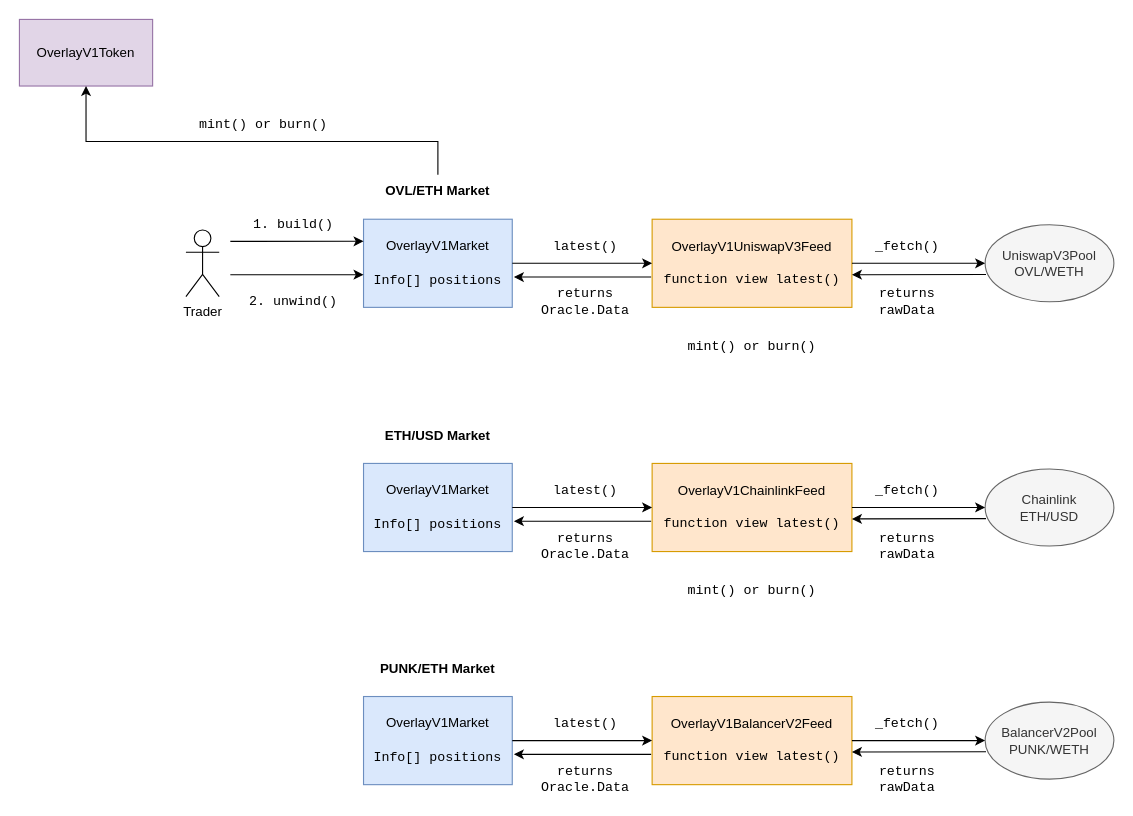
Above: docs/assets/diagram.drawio in overlay-market/v1-core (draw.io), before the change. Source tidied: cells renumbered, new cells numbered last; positions are measured from the earlier drawing's top-left corner, leaving out a move shared by most shapes. Both pictures are drawn from the tidied source at 111%, with x=0, y=0 at pixel (19, 19).
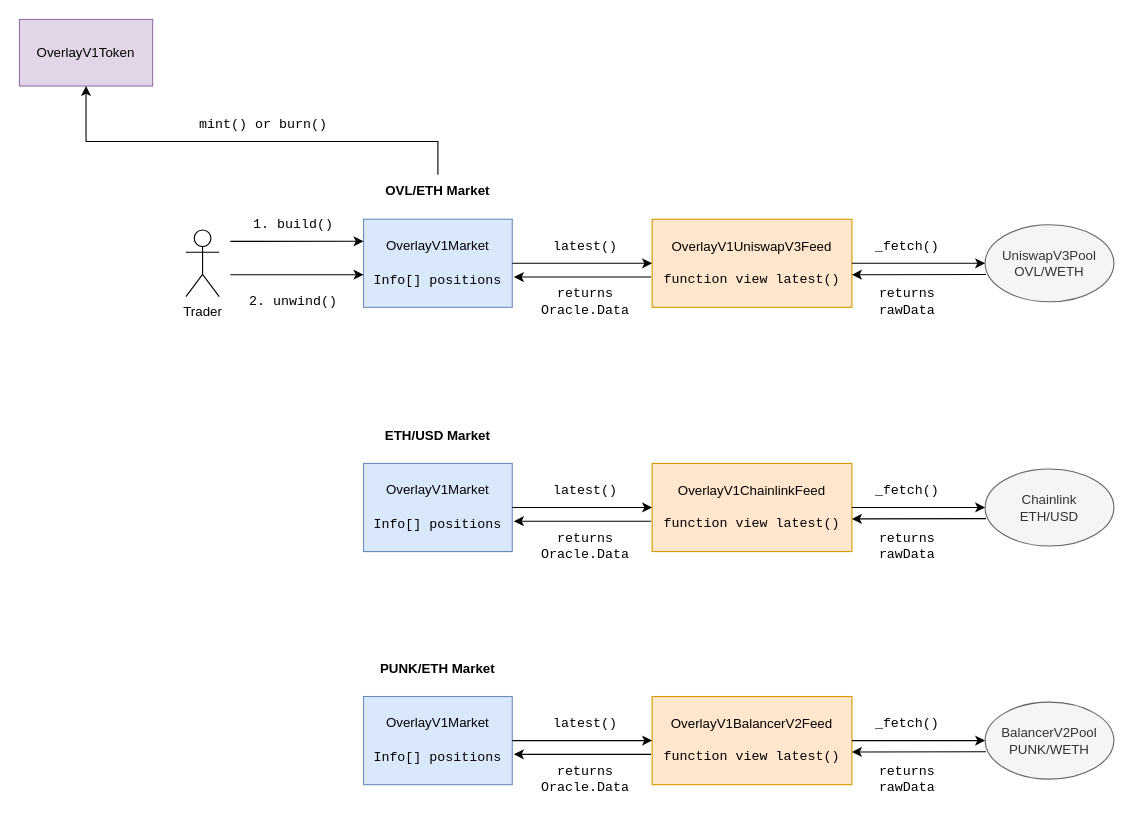
The same diagram, later.

The edit, as a diff of the source:
```diff
@@
-    <mxCell id="47" value="mint() or burn()" style="text;html=1;strokeColor=none;fillColor=none;align=center;verticalAlign=middle;whiteSpace=wrap;rounded=0;fontFamily=Courier New;" parent="1" vertex="1">
-      <mxGeometry x="600" y="280" width="120" height="30" as="geometry" />
-    </mxCell>
-    <mxCell id="48" value="mint() or burn()" style="text;html=1;strokeColor=none;fillColor=none;align=center;verticalAlign=middle;whiteSpace=wrap;rounded=0;fontFamily=Courier New;" parent="1" vertex="1">
-      <mxGeometry x="600" y="500" width="120" height="30" as="geometry" />
-    </mxCell>
```
